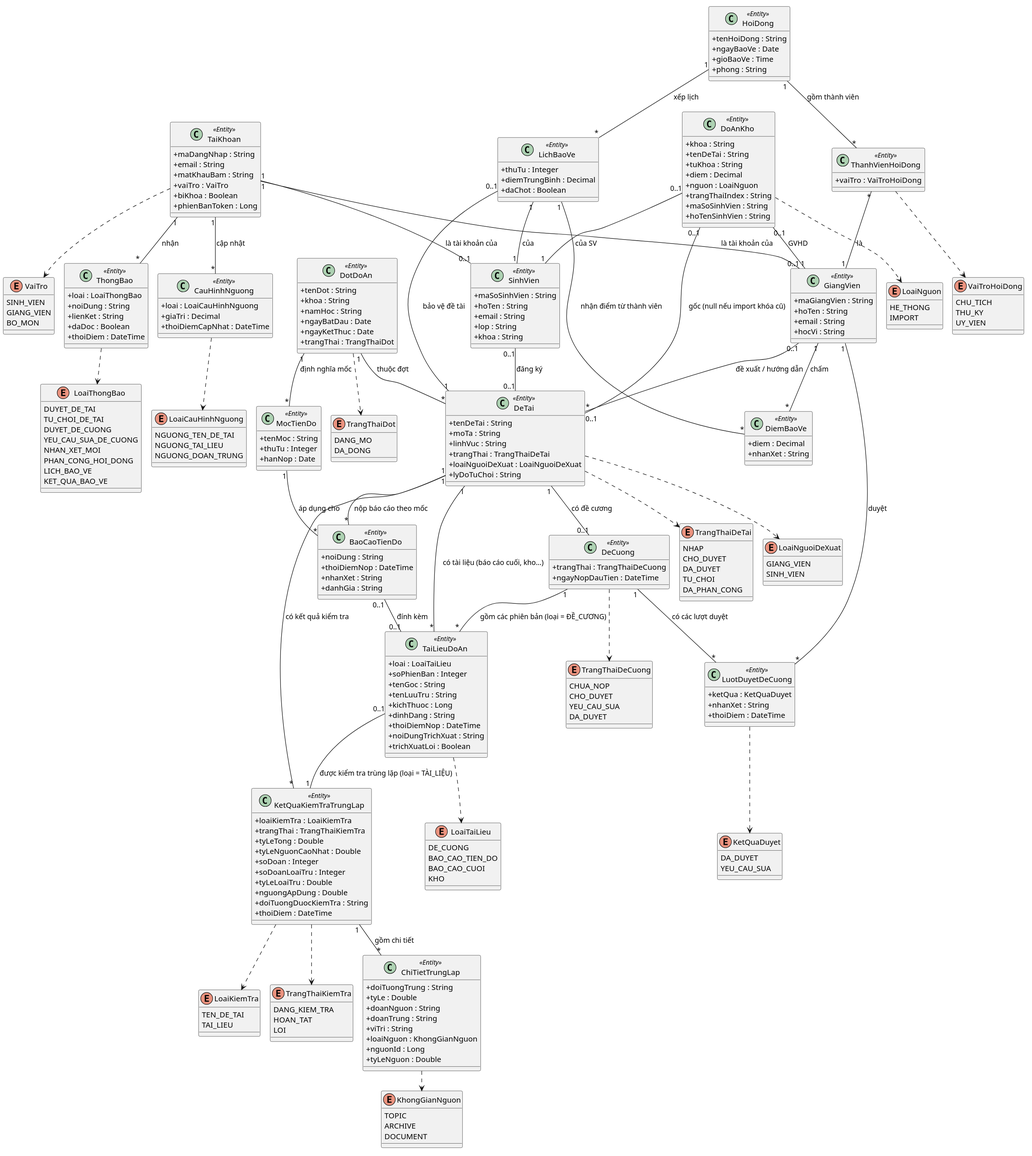
This is docs/chuong-3-thiet-ke/so-do-lop/lop-thuc-the.svg from dtc235200036-alt/ICTU-DATN-NguyenThiMaiAnh, a PlantUML export, as it was before one commit.
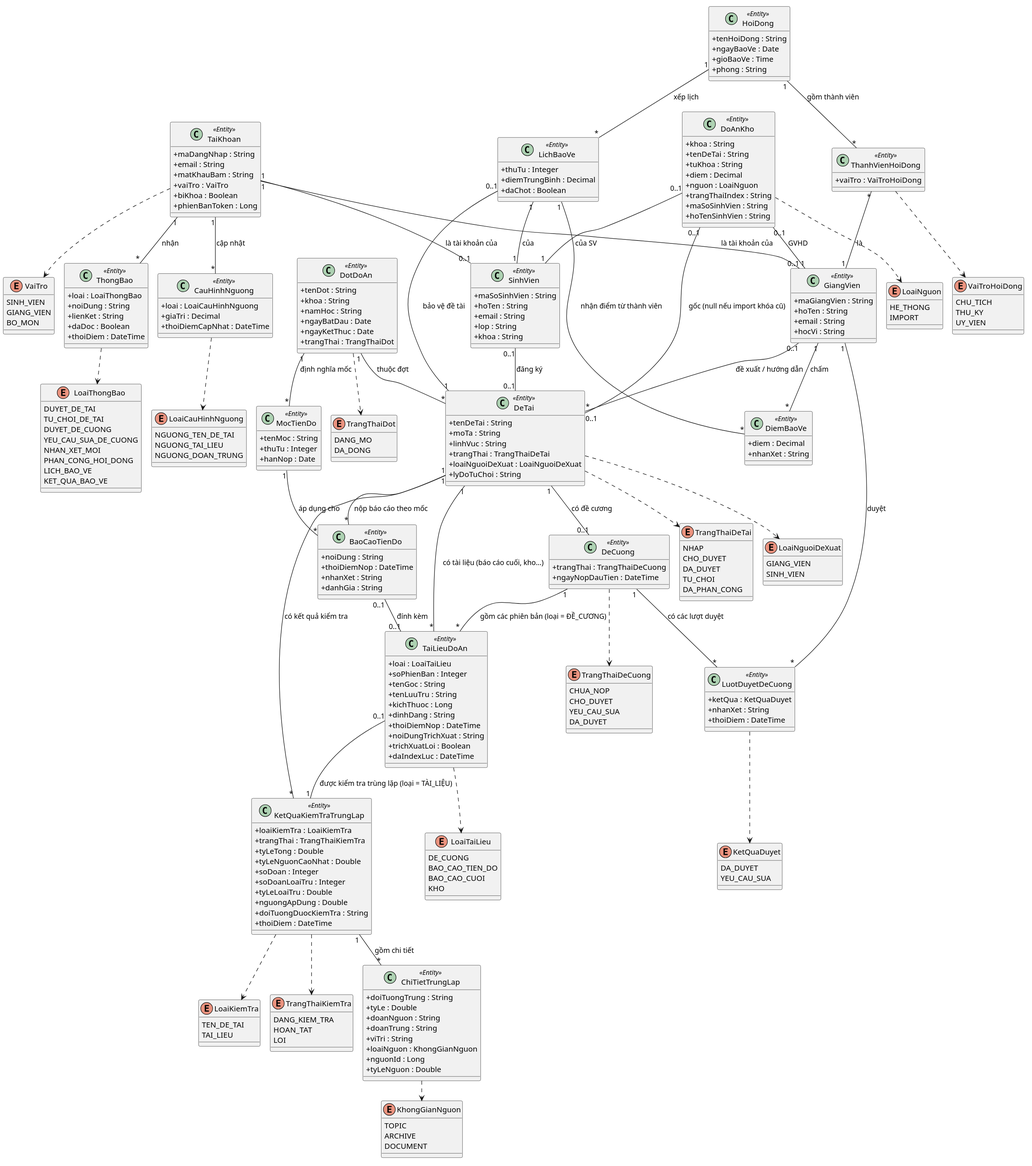
The same file after the commit.

The edit, as a diff of the source:
```diff
@@ -181,6 +181,7 @@
   +thoiDiemNop : DateTime
   +noiDungTrichXuat : String
   +trichXuatLoi : Boolean
+  +daIndexLuc : DateTime
 }
 
 class LuotDuyetDeCuong <<Entity>> {
```
